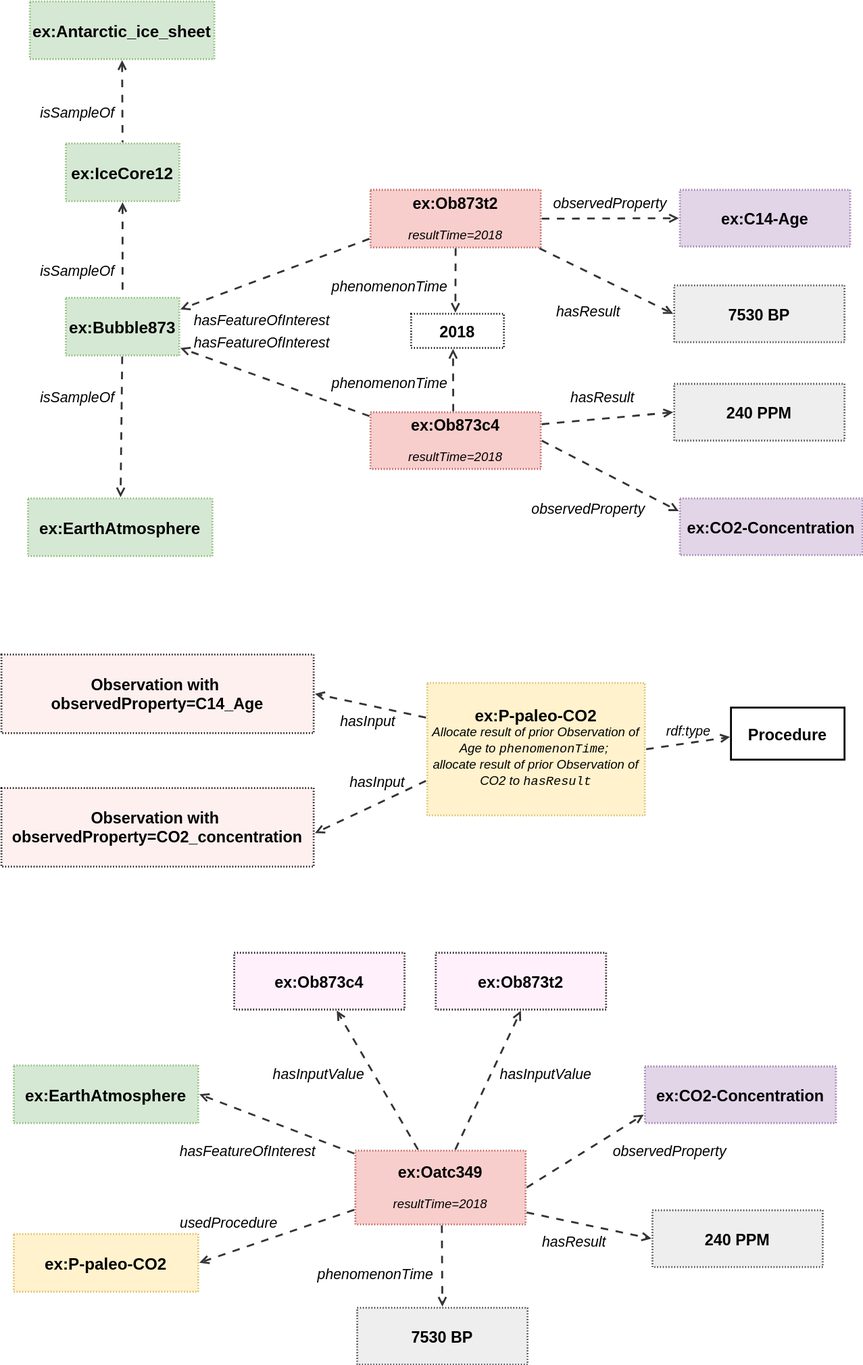
The draw.io diagram ssn/images/paleo-atmosphere.svg in w3c/sdw-sosa-ssn, before a commit. Source tidied: cells renumbered, new cells last; positions are measured from the earlier drawing's top-left corner, leaving out a move shared by most shapes.
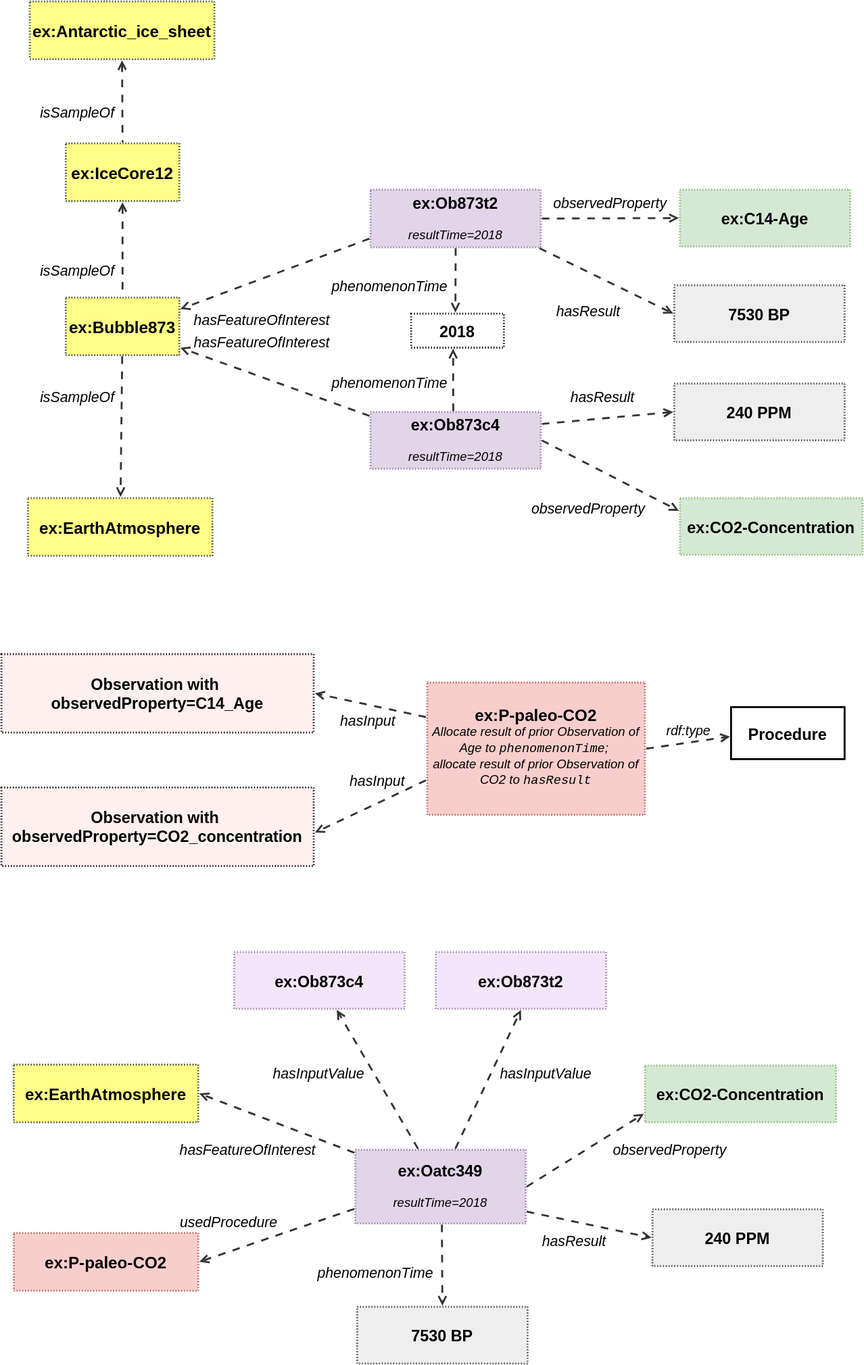
Later version of the same file.

The edit, as a diff of the source:
```diff
@@ -7,3 +7,3 @@
     </mxCell>
-    <mxCell id="3" value="ex:Bubble873" style="html=1;overflow=block;blockSpacing=1;whiteSpace=wrap;fontSize=17.3;fontStyle=1;align=center;spacing=0;strokeOpacity=100;fillOpacity=100;fillColor=#d5e8d4;dashed=1;fixDash=1;dashPattern=1 2;strokeWidth=2;convertToSvg=1;strokeColor=#82b366;" parent="1" vertex="1">
+    <mxCell id="3" value="ex:Bubble873" style="html=1;overflow=block;blockSpacing=1;whiteSpace=wrap;fontSize=17.3;fontStyle=1;align=center;spacing=0;strokeOpacity=100;fillOpacity=100;fillColor=#ffff88;dashed=1;fixDash=1;dashPattern=1 2;strokeWidth=2;convertToSvg=1;strokeColor=#36393d;" parent="1" vertex="1">
       <mxGeometry x="68" y="313" width="120" height="61" as="geometry" />
@@ -13,3 +13,3 @@
     </mxCell>
-    <mxCell id="5" value="ex:IceCore12" style="html=1;overflow=block;blockSpacing=1;whiteSpace=wrap;fontSize=17.3;fontStyle=1;align=center;spacing=0;strokeOpacity=100;fillOpacity=100;fillColor=#d5e8d4;dashed=1;fixDash=1;dashPattern=1 2;strokeWidth=2;convertToSvg=1;strokeColor=#82b366;" parent="1" vertex="1">
+    <mxCell id="5" value="ex:IceCore12" style="html=1;overflow=block;blockSpacing=1;whiteSpace=wrap;fontSize=17.3;fontStyle=1;align=center;spacing=0;strokeOpacity=100;fillOpacity=100;fillColor=#ffff88;dashed=1;fixDash=1;dashPattern=1 2;strokeWidth=2;convertToSvg=1;strokeColor=#36393d;" parent="1" vertex="1">
       <mxGeometry x="68" y="150" width="120" height="61" as="geometry" />
@@ -19,3 +19,3 @@
     </mxCell>
-    <mxCell id="7" value="ex:EarthAtmosphere" style="html=1;overflow=block;blockSpacing=1;whiteSpace=wrap;fontSize=17.3;fontStyle=1;align=center;spacing=0;strokeOpacity=100;fillOpacity=100;fillColor=#d5e8d4;dashed=1;fixDash=1;dashPattern=1 2;strokeWidth=2;convertToSvg=1;strokeColor=#82b366;" parent="1" vertex="1">
+    <mxCell id="7" value="ex:EarthAtmosphere" style="html=1;overflow=block;blockSpacing=1;whiteSpace=wrap;fontSize=17.3;fontStyle=1;align=center;spacing=0;strokeOpacity=100;fillOpacity=100;fillColor=#ffff88;dashed=1;fixDash=1;dashPattern=1 2;strokeWidth=2;convertToSvg=1;strokeColor=#36393d;" parent="1" vertex="1">
       <mxGeometry x="28" y="525" width="195" height="61" as="geometry" />
@@ -25,6 +25,6 @@
     </mxCell>
-    <mxCell id="9" value="&lt;div style=&quot;display: flex; justify-content: center; text-align: center; align-items: baseline; font-size: 0; line-height: 1.25;margin-top: -2px;&quot;&gt;&lt;span&gt;&lt;span style=&quot;font-size:16.7px;font-weight: bold;&quot;&gt;ex:Ob873t2&lt;br&gt;&lt;/span&gt;&lt;/span&gt;&lt;/div&gt;&lt;div style=&quot;display: flex; justify-content: center; text-align: center; align-items: baseline; font-size: 0; line-height: 1.25;margin-top: -2px;&quot;&gt;&lt;span&gt;&lt;span style=&quot;font-size:13.3px;font-style: italic;&quot;&gt;resultTime=2018&lt;/span&gt;&lt;/span&gt;&lt;/div&gt;" style="align=center;whiteSpace=wrap;overflow=block;blockSpacing=1;html=1;fontSize=13;spacing=0;strokeOpacity=100;fillOpacity=100;fillColor=#f8cecc;dashed=1;fixDash=1;dashPattern=1 2;strokeWidth=2;convertToSvg=1;strokeColor=#b85450;" parent="1" vertex="1">
+    <mxCell id="9" value="&lt;div style=&quot;display: flex; justify-content: center; text-align: center; align-items: baseline; font-size: 0; line-height: 1.25;margin-top: -2px;&quot;&gt;&lt;span&gt;&lt;span style=&quot;font-size:16.7px;font-weight: bold;&quot;&gt;ex:Ob873t2&lt;br&gt;&lt;/span&gt;&lt;/span&gt;&lt;/div&gt;&lt;div style=&quot;display: flex; justify-content: center; text-align: center; align-items: baseline; font-size: 0; line-height: 1.25;margin-top: -2px;&quot;&gt;&lt;span&gt;&lt;span style=&quot;font-size:13.3px;font-style: italic;&quot;&gt;resultTime=2018&lt;/span&gt;&lt;/span&gt;&lt;/div&gt;" style="align=center;whiteSpace=wrap;overflow=block;blockSpacing=1;html=1;fontSize=13;spacing=0;strokeOpacity=100;fillOpacity=100;fillColor=#e1d5e7;dashed=1;fixDash=1;dashPattern=1 2;strokeWidth=2;convertToSvg=1;strokeColor=#9673a6;" parent="1" vertex="1">
       <mxGeometry x="390" y="199" width="180" height="61" as="geometry" />
     </mxCell>
-    <mxCell id="10" value="&lt;div style=&quot;display: flex; justify-content: center; text-align: center; align-items: baseline; font-size: 0; line-height: 1.25;margin-top: -2px;&quot;&gt;&lt;span&gt;&lt;span style=&quot;font-size:16.7px;font-weight: bold;&quot;&gt;ex:Ob873c4&lt;br&gt;&lt;/span&gt;&lt;/span&gt;&lt;/div&gt;&lt;div style=&quot;display: flex; justify-content: center; text-align: center; align-items: baseline; font-size: 0; line-height: 1.25;margin-top: -2px;&quot;&gt;&lt;span&gt;&lt;span style=&quot;font-size:13.3px;font-style: italic;&quot;&gt;resultTime=2018&lt;/span&gt;&lt;/span&gt;&lt;/div&gt;" style="align=center;whiteSpace=wrap;overflow=block;blockSpacing=1;html=1;fontSize=13;spacing=0;strokeOpacity=100;fillOpacity=100;fillColor=#f8cecc;dashed=1;fixDash=1;dashPattern=1 2;strokeWidth=2;convertToSvg=1;strokeColor=#b85450;" parent="1" vertex="1">
+    <mxCell id="10" value="&lt;div style=&quot;display: flex; justify-content: center; text-align: center; align-items: baseline; font-size: 0; line-height: 1.25;margin-top: -2px;&quot;&gt;&lt;span&gt;&lt;span style=&quot;font-size:16.7px;font-weight: bold;&quot;&gt;ex:Ob873c4&lt;br&gt;&lt;/span&gt;&lt;/span&gt;&lt;/div&gt;&lt;div style=&quot;display: flex; justify-content: center; text-align: center; align-items: baseline; font-size: 0; line-height: 1.25;margin-top: -2px;&quot;&gt;&lt;span&gt;&lt;span style=&quot;font-size:13.3px;font-style: italic;&quot;&gt;resultTime=2018&lt;/span&gt;&lt;/span&gt;&lt;/div&gt;" style="align=center;whiteSpace=wrap;overflow=block;blockSpacing=1;html=1;fontSize=13;spacing=0;strokeOpacity=100;fillOpacity=100;fillColor=#e1d5e7;dashed=1;fixDash=1;dashPattern=1 2;strokeWidth=2;convertToSvg=1;strokeColor=#9673a6;" parent="1" vertex="1">
       <mxGeometry x="390" y="434" width="180" height="60" as="geometry" />
@@ -40,6 +40,6 @@
     </mxCell>
-    <mxCell id="14" value="ex:CO2-Concentration" style="html=1;overflow=block;blockSpacing=1;whiteSpace=wrap;fontSize=16.7;fontStyle=1;align=center;spacing=0;strokeOpacity=100;fillOpacity=100;fillColor=#e1d5e7;dashed=1;fixDash=1;dashPattern=1 2;strokeWidth=2;convertToSvg=1;strokeColor=#9673a6;" parent="1" vertex="1">
+    <mxCell id="14" value="ex:CO2-Concentration" style="html=1;overflow=block;blockSpacing=1;whiteSpace=wrap;fontSize=16.7;fontStyle=1;align=center;spacing=0;strokeOpacity=100;fillOpacity=100;fillColor=#d5e8d4;dashed=1;fixDash=1;dashPattern=1 2;strokeWidth=2;convertToSvg=1;strokeColor=#82b366;" parent="1" vertex="1">
       <mxGeometry x="717" y="525" width="193" height="60" as="geometry" />
     </mxCell>
-    <mxCell id="15" value="ex:C14-Age" style="html=1;overflow=block;blockSpacing=1;whiteSpace=wrap;fontSize=16.7;fontStyle=1;align=center;spacing=0;strokeOpacity=100;fillOpacity=100;fillColor=#e1d5e7;dashed=1;fixDash=1;dashPattern=1 2;strokeWidth=2;convertToSvg=1;strokeColor=#9673a6;" parent="1" vertex="1">
+    <mxCell id="15" value="ex:C14-Age" style="html=1;overflow=block;blockSpacing=1;whiteSpace=wrap;fontSize=16.7;fontStyle=1;align=center;spacing=0;strokeOpacity=100;fillOpacity=100;fillColor=#d5e8d4;dashed=1;fixDash=1;dashPattern=1 2;strokeWidth=2;convertToSvg=1;strokeColor=#82b366;" parent="1" vertex="1">
       <mxGeometry x="717" y="199" width="180" height="60" as="geometry" />
@@ -94,3 +94,3 @@
     </mxCell>
-    <mxCell id="32" value="&lt;div style=&quot;display: flex; justify-content: center; text-align: center; align-items: baseline; font-size: 0; line-height: 1.25;margin-top: -2px;&quot;&gt;&lt;span&gt;&lt;span style=&quot;font-size:16.7px;font-weight: bold;&quot;&gt;ex:Oatc349&lt;br&gt;&lt;/span&gt;&lt;/span&gt;&lt;/div&gt;&lt;div style=&quot;display: flex; justify-content: center; text-align: center; align-items: baseline; font-size: 0; line-height: 1.25;margin-top: -2px;&quot;&gt;&lt;span&gt;&lt;span style=&quot;font-size:13.3px;font-style: italic;&quot;&gt;resultTime=2018&lt;/span&gt;&lt;/span&gt;&lt;/div&gt;" style="align=center;whiteSpace=wrap;overflow=block;blockSpacing=1;html=1;fontSize=13;spacing=0;strokeOpacity=100;fillOpacity=100;fillColor=#f8cecc;dashed=1;fixDash=1;dashPattern=1 2;strokeWidth=2;convertToSvg=1;strokeColor=#b85450;" parent="1" vertex="1">
+    <mxCell id="32" value="&lt;div style=&quot;display: flex; justify-content: center; text-align: center; align-items: baseline; font-size: 0; line-height: 1.25;margin-top: -2px;&quot;&gt;&lt;span&gt;&lt;span style=&quot;font-size:16.7px;font-weight: bold;&quot;&gt;ex:Oatc349&lt;br&gt;&lt;/span&gt;&lt;/span&gt;&lt;/div&gt;&lt;div style=&quot;display: flex; justify-content: center; text-align: center; align-items: baseline; font-size: 0; line-height: 1.25;margin-top: -2px;&quot;&gt;&lt;span&gt;&lt;span style=&quot;font-size:13.3px;font-style: italic;&quot;&gt;resultTime=2018&lt;/span&gt;&lt;/span&gt;&lt;/div&gt;" style="align=center;whiteSpace=wrap;overflow=block;blockSpacing=1;html=1;fontSize=13;spacing=0;strokeOpacity=100;fillOpacity=100;fillColor=#e1d5e7;dashed=1;fixDash=1;dashPattern=1 2;strokeWidth=2;convertToSvg=1;strokeColor=#9673a6;" parent="1" vertex="1">
       <mxGeometry x="374" y="1214" width="180" height="78" as="geometry" />
@@ -103,3 +103,3 @@
     </mxCell>
-    <mxCell id="35" value="ex:CO2-Concentration" style="html=1;overflow=block;blockSpacing=1;whiteSpace=wrap;fontSize=16.7;fontStyle=1;align=center;spacing=0;strokeOpacity=100;fillOpacity=100;fillColor=#e1d5e7;dashed=1;fixDash=1;dashPattern=1 2;strokeWidth=2;convertToSvg=1;strokeColor=#9673a6;" parent="1" vertex="1">
+    <mxCell id="35" value="ex:CO2-Concentration" style="html=1;overflow=block;blockSpacing=1;whiteSpace=wrap;fontSize=16.7;fontStyle=1;align=center;spacing=0;strokeOpacity=100;fillOpacity=100;fillColor=#d5e8d4;dashed=1;fixDash=1;dashPattern=1 2;strokeWidth=2;convertToSvg=1;strokeColor=#82b366;" parent="1" vertex="1">
       <mxGeometry x="680" y="1125" width="202" height="60" as="geometry" />
@@ -136,3 +136,3 @@
     </mxCell>
-    <mxCell id="46" value="ex:Antarctic_ice_sheet" style="html=1;overflow=block;blockSpacing=1;whiteSpace=wrap;fontSize=17.3;fontStyle=1;align=center;spacing=0;strokeOpacity=100;fillOpacity=100;fillColor=#d5e8d4;dashed=1;fixDash=1;dashPattern=1 2;strokeWidth=2;convertToSvg=1;strokeColor=#82b366;" parent="1" vertex="1">
+    <mxCell id="46" value="ex:Antarctic_ice_sheet" style="html=1;overflow=block;blockSpacing=1;whiteSpace=wrap;fontSize=17.3;fontStyle=1;align=center;spacing=0;strokeOpacity=100;fillOpacity=100;fillColor=#ffff88;dashed=1;fixDash=1;dashPattern=1 2;strokeWidth=2;convertToSvg=1;strokeColor=#36393d;" parent="1" vertex="1">
       <mxGeometry x="30" width="195" height="61" as="geometry" />
@@ -151,6 +151,6 @@
     </mxCell>
-    <mxCell id="51" value="ex:EarthAtmosphere" style="html=1;overflow=block;blockSpacing=1;whiteSpace=wrap;fontSize=17.3;fontStyle=1;align=center;spacing=0;strokeOpacity=100;fillOpacity=100;fillColor=#d5e8d4;dashed=1;fixDash=1;dashPattern=1 2;strokeWidth=2;convertToSvg=1;strokeColor=#82b366;" parent="1" vertex="1">
+    <mxCell id="51" value="ex:EarthAtmosphere" style="html=1;overflow=block;blockSpacing=1;whiteSpace=wrap;fontSize=17.3;fontStyle=1;align=center;spacing=0;strokeOpacity=100;fillOpacity=100;fillColor=#ffff88;dashed=1;fixDash=1;dashPattern=1 2;strokeWidth=2;convertToSvg=1;strokeColor=#36393d;" parent="1" vertex="1">
       <mxGeometry x="13" y="1124" width="195" height="61" as="geometry" />
     </mxCell>
-    <mxCell id="52" value="&lt;div style=&quot;display: flex; justify-content: center; text-align: center; align-items: baseline; font-size: 0; line-height: 1.25;margin-top: -2px;&quot;&gt;&lt;span&gt;&lt;span style=&quot;font-size:17.3px;font-weight: bold;&quot;&gt;ex:P-paleo-CO2&lt;/span&gt;&lt;span style=&quot;font-size:17.3px;font-style: italic;&quot;&gt;&lt;br&gt;&lt;/span&gt;&lt;/span&gt;&lt;/div&gt;&lt;div style=&quot;display: flex; justify-content: center; text-align: center; align-items: baseline; font-size: 0; line-height: 1.25;margin-top: -2px;&quot;&gt;&lt;span&gt;&lt;span style=&quot;font-size:13px;font-style: italic;&quot;&gt;&lt;span style=&quot;font-size:13.3px;font-style: italic;&quot;&gt;Allocate result of prior Observation of Age to &lt;/span&gt;&lt;span style=&quot;font-size:13.3px;font-style: italic;font-family: Liberation Mono;&quot;&gt;phenomenonTime&lt;/span&gt;&lt;span style=&quot;font-size:13.3px;font-style: italic;&quot;&gt;;&amp;nbsp;&lt;br&gt;&lt;/span&gt;&lt;/span&gt;&lt;span style=&quot;background-color: transparent; font-style: italic; font-size: 13.3px;&quot;&gt;allocate result of prior Observation of CO2 to &lt;/span&gt;&lt;span style=&quot;background-color: transparent; font-style: italic; font-size: 13.3px; font-family: &amp;quot;Liberation Mono&amp;quot;;&quot;&gt;hasResult&lt;/span&gt;&lt;/span&gt;&lt;/div&gt;" style="align=center;whiteSpace=wrap;overflow=block;blockSpacing=1;html=1;fontSize=13;spacing=0;strokeOpacity=100;fillOpacity=100;fillColor=#fff2cc;dashed=1;fixDash=1;dashPattern=1 2;strokeWidth=2;strokeColor=#d6b656;convertToSvg=1;" parent="1" vertex="1">
+    <mxCell id="52" value="&lt;div style=&quot;display: flex; justify-content: center; text-align: center; align-items: baseline; font-size: 0; line-height: 1.25;margin-top: -2px;&quot;&gt;&lt;span&gt;&lt;span style=&quot;font-size:17.3px;font-weight: bold;&quot;&gt;ex:P-paleo-CO2&lt;/span&gt;&lt;span style=&quot;font-size:17.3px;font-style: italic;&quot;&gt;&lt;br&gt;&lt;/span&gt;&lt;/span&gt;&lt;/div&gt;&lt;div style=&quot;display: flex; justify-content: center; text-align: center; align-items: baseline; font-size: 0; line-height: 1.25;margin-top: -2px;&quot;&gt;&lt;span&gt;&lt;span style=&quot;font-size:13px;font-style: italic;&quot;&gt;&lt;span style=&quot;font-size:13.3px;font-style: italic;&quot;&gt;Allocate result of prior Observation of Age to &lt;/span&gt;&lt;span style=&quot;font-size:13.3px;font-style: italic;font-family: Liberation Mono;&quot;&gt;phenomenonTime&lt;/span&gt;&lt;span style=&quot;font-size:13.3px;font-style: italic;&quot;&gt;;&amp;nbsp;&lt;br&gt;&lt;/span&gt;&lt;/span&gt;&lt;span style=&quot;background-color: transparent; font-style: italic; font-size: 13.3px;&quot;&gt;allocate result of prior Observation of CO2 to &lt;/span&gt;&lt;span style=&quot;background-color: transparent; font-style: italic; font-size: 13.3px; font-family: &amp;quot;Liberation Mono&amp;quot;;&quot;&gt;hasResult&lt;/span&gt;&lt;/span&gt;&lt;/div&gt;" style="align=center;whiteSpace=wrap;overflow=block;blockSpacing=1;html=1;fontSize=13;spacing=0;strokeOpacity=100;fillOpacity=100;fillColor=#f8cecc;dashed=1;fixDash=1;dashPattern=1 2;strokeWidth=2;strokeColor=#b85450;convertToSvg=1;" parent="1" vertex="1">
       <mxGeometry x="450" y="720" width="230" height="140" as="geometry" />
@@ -175,3 +175,3 @@
     </mxCell>
-    <mxCell id="59" value="ex:P-paleo-CO2" style="html=1;overflow=block;blockSpacing=1;whiteSpace=wrap;fontSize=17.3;fontStyle=1;align=center;spacing=0;strokeOpacity=100;fillOpacity=100;fillColor=#fff2cc;dashed=1;fixDash=1;dashPattern=1 2;strokeWidth=2;convertToSvg=1;strokeColor=#d6b656;" parent="1" vertex="1">
+    <mxCell id="59" value="ex:P-paleo-CO2" style="html=1;overflow=block;blockSpacing=1;whiteSpace=wrap;fontSize=17.3;fontStyle=1;align=center;spacing=0;strokeOpacity=100;fillOpacity=100;fillColor=#f8cecc;dashed=1;fixDash=1;dashPattern=1 2;strokeWidth=2;convertToSvg=1;strokeColor=#b85450;" parent="1" vertex="1">
       <mxGeometry x="13" y="1302" width="195" height="61" as="geometry" />
@@ -187,6 +187,6 @@
     </mxCell>
-    <mxCell id="63" value="ex:Ob873t2" style="html=1;overflow=block;blockSpacing=1;whiteSpace=wrap;fontSize=16.7;fontStyle=1;align=center;spacing=0;strokeOpacity=100;fillOpacity=100;fillColor=#fff0fb;dashed=1;fixDash=1;dashPattern=1 2;strokeWidth=2;fontColor=default;convertToSvg=1;" parent="1" vertex="1">
+    <mxCell id="63" value="ex:Ob873t2" style="html=1;overflow=block;blockSpacing=1;whiteSpace=wrap;fontSize=16.7;fontStyle=1;align=center;spacing=0;strokeOpacity=100;fillOpacity=100;fillColor=#F4E6FA;dashed=1;fixDash=1;dashPattern=1 2;strokeWidth=2;convertToSvg=1;strokeColor=#9673a6;" parent="1" vertex="1">
       <mxGeometry x="459" y="1005" width="180" height="60" as="geometry" />
     </mxCell>
-    <mxCell id="64" value="ex:Ob873c4" style="html=1;overflow=block;blockSpacing=1;whiteSpace=wrap;fontSize=16.7;fontStyle=1;align=center;spacing=0;strokeOpacity=100;fillOpacity=100;fillColor=#fff0fb;dashed=1;fixDash=1;dashPattern=1 2;strokeWidth=2;fontColor=default;convertToSvg=1;" parent="1" vertex="1">
+    <mxCell id="64" value="ex:Ob873c4" style="html=1;overflow=block;blockSpacing=1;whiteSpace=wrap;fontSize=16.7;fontStyle=1;align=center;spacing=0;strokeOpacity=100;fillOpacity=100;fillColor=#F4E6FA;dashed=1;fixDash=1;dashPattern=1 2;strokeWidth=2;convertToSvg=1;strokeColor=#9673a6;" parent="1" vertex="1">
       <mxGeometry x="246" y="1005" width="180" height="60" as="geometry" />
```
